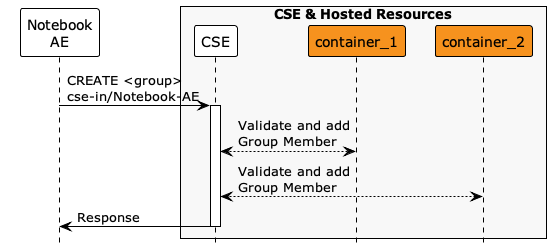
Above: images/04/create_group.png in ankraft/onem2m-jupyter-notebooks (PlantUML), before the change.
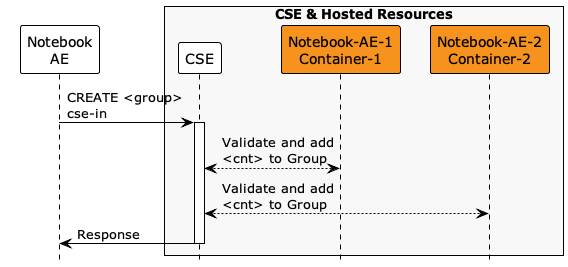
Later version of the same file.

Commit message:
Updated Group notebook. Now we work with 2 AE sub trees

Diff of the diagram source:
```diff
@@ -7,14 +7,14 @@
 participant "Notebook\nAE" as AE
 box "CSE & Hosted Resources" #f8f8f8
 participant "CSE" as CSE
-participant "container_1" as container_1 #F6921E
-participant "container_2" as container_2 #F6921E
+participant "Notebook-AE-1\nContainer-1" as container1 #F6921E
+participant "Notebook-AE-2\nContainer-2" as container2 #F6921E
 end box
 
 
-AE -> CSE ++: CREATE <group>\ncse-in/Notebook-AE
-CSE <--> container_1: Validate and add\nGroup Member
-CSE <--> container_2: Validate and add\nGroup Member
+AE -> CSE ++: CREATE <group>\ncse-in
+CSE <--> container1: Validate and add\n<cnt> to Group
+CSE <--> container2: Validate and add\n<cnt> to Group
 AE <- CSE --: Response
 
 @enduml
```
